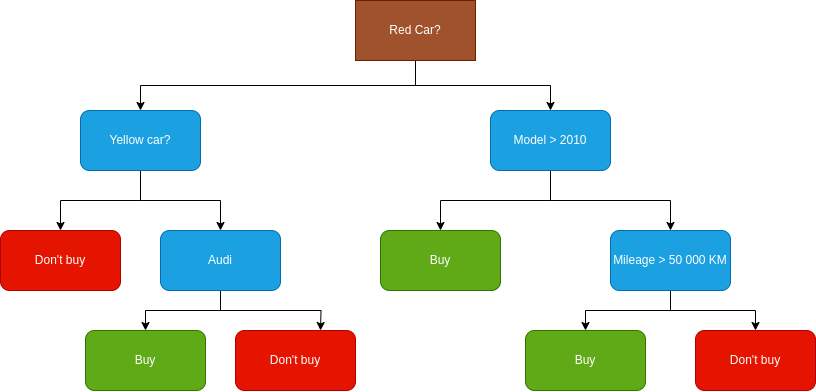
datakolektiv/dss03python2023 keeps this draw.io diagram as session20/_img/decision_tree_example.png. Above is the earlier version. Source tidied: cells renumbered, new cells last; positions are measured from the earlier drawing's top-left corner, leaving out a move shared by most shapes. Source of this version:
```xml
<mxGraphModel>
  <root>
    <mxCell id="0" />
    <mxCell id="1" parent="0" />
    <mxCell id="2" style="edgeStyle=orthogonalEdgeStyle;rounded=0;jettySize=auto;html=1;exitX=0.5;exitY=1;exitDx=0;exitDy=0;entryX=0.5;entryY=0;entryDx=0;entryDy=0;" parent="1" edge="1" source="4" target="7">
      <mxGeometry relative="1" as="geometry" />
    </mxCell>
    <mxCell id="3" style="edgeStyle=orthogonalEdgeStyle;rounded=0;jettySize=auto;html=1;exitX=0.5;exitY=1;exitDx=0;exitDy=0;entryX=0.5;entryY=0;entryDx=0;entryDy=0;" parent="1" edge="1" source="4" target="10">
      <mxGeometry relative="1" as="geometry" />
    </mxCell>
    <mxCell id="4" value="Red Car?" style="rounded=0;whiteSpace=wrap;html=1;fillColor=#a0522d;fontColor=#ffffff;strokeColor=#6D1F00;" parent="1" vertex="1">
      <mxGeometry x="355" width="120" height="60" as="geometry" />
    </mxCell>
    <mxCell id="5" style="edgeStyle=orthogonalEdgeStyle;rounded=0;jettySize=auto;html=1;exitX=0.5;exitY=1;exitDx=0;exitDy=0;" parent="1" edge="1" source="7" target="11">
      <mxGeometry relative="1" as="geometry" />
    </mxCell>
    <mxCell id="6" style="edgeStyle=orthogonalEdgeStyle;rounded=0;jettySize=auto;html=1;exitX=0.5;exitY=1;exitDx=0;exitDy=0;entryX=0.5;entryY=0;entryDx=0;entryDy=0;" parent="1" edge="1" source="7" target="14">
      <mxGeometry relative="1" as="geometry" />
    </mxCell>
    <mxCell id="7" value="Yellow car?" style="rounded=1;whiteSpace=wrap;html=1;fillColor=#1ba1e2;fontColor=#ffffff;strokeColor=#006EAF;" parent="1" vertex="1">
      <mxGeometry x="80" y="110" width="120" height="60" as="geometry" />
    </mxCell>
    <mxCell id="8" style="edgeStyle=orthogonalEdgeStyle;rounded=0;jettySize=auto;html=1;exitX=0.5;exitY=1;exitDx=0;exitDy=0;" parent="1" edge="1" source="10" target="17">
      <mxGeometry relative="1" as="geometry" />
    </mxCell>
    <mxCell id="9" style="edgeStyle=orthogonalEdgeStyle;rounded=0;jettySize=auto;html=1;exitX=0.5;exitY=1;exitDx=0;exitDy=0;" parent="1" edge="1" source="10" target="20">
      <mxGeometry relative="1" as="geometry" />
    </mxCell>
    <mxCell id="10" value="Model &amp;gt; 2010" style="rounded=1;whiteSpace=wrap;html=1;fillColor=#1ba1e2;fontColor=#ffffff;strokeColor=#006EAF;" parent="1" vertex="1">
      <mxGeometry x="490" y="110" width="120" height="60" as="geometry" />
    </mxCell>
    <mxCell id="11" value="Don't buy" style="rounded=1;whiteSpace=wrap;html=1;fillColor=#e51400;fontColor=#ffffff;strokeColor=#B20000;" parent="1" vertex="1">
      <mxGeometry y="230" width="120" height="60" as="geometry" />
    </mxCell>
    <mxCell id="12" style="edgeStyle=orthogonalEdgeStyle;rounded=0;jettySize=auto;html=1;exitX=0.5;exitY=1;exitDx=0;exitDy=0;entryX=0.5;entryY=0;entryDx=0;entryDy=0;" parent="1" edge="1" source="14" target="16">
      <mxGeometry relative="1" as="geometry" />
    </mxCell>
    <mxCell id="13" style="edgeStyle=orthogonalEdgeStyle;rounded=0;jettySize=auto;html=1;exitX=0.5;exitY=1;exitDx=0;exitDy=0;entryX=0.5;entryY=0;entryDx=0;entryDy=0;" parent="1" edge="1" source="14">
      <mxGeometry relative="1" as="geometry">
        <mxPoint x="320" y="330" as="targetPoint" />
      </mxGeometry>
    </mxCell>
    <mxCell id="14" value="Audi" style="rounded=1;whiteSpace=wrap;html=1;fillColor=#1ba1e2;fontColor=#ffffff;strokeColor=#006EAF;" parent="1" vertex="1">
      <mxGeometry x="160" y="230" width="120" height="60" as="geometry" />
    </mxCell>
    <mxCell id="15" value="Don't buy" style="rounded=1;whiteSpace=wrap;html=1;fillColor=#e51400;fontColor=#ffffff;strokeColor=#B20000;" parent="1" vertex="1">
      <mxGeometry x="235" y="330" width="120" height="60" as="geometry" />
    </mxCell>
    <mxCell id="16" value="Buy" style="rounded=1;whiteSpace=wrap;html=1;fillColor=#60a917;fontColor=#ffffff;strokeColor=#2D7600;" parent="1" vertex="1">
      <mxGeometry x="85" y="330" width="120" height="60" as="geometry" />
    </mxCell>
    <mxCell id="17" value="Buy" style="rounded=1;whiteSpace=wrap;html=1;fillColor=#60a917;fontColor=#ffffff;strokeColor=#2D7600;" parent="1" vertex="1">
      <mxGeometry x="380" y="230" width="120" height="60" as="geometry" />
    </mxCell>
    <mxCell id="18" style="edgeStyle=orthogonalEdgeStyle;rounded=0;jettySize=auto;html=1;exitX=0.5;exitY=1;exitDx=0;exitDy=0;entryX=0.5;entryY=0;entryDx=0;entryDy=0;" parent="1" edge="1" source="20" target="21">
      <mxGeometry relative="1" as="geometry" />
    </mxCell>
    <mxCell id="19" style="edgeStyle=orthogonalEdgeStyle;rounded=0;jettySize=auto;html=1;exitX=0.5;exitY=1;exitDx=0;exitDy=0;entryX=0.5;entryY=0;entryDx=0;entryDy=0;" parent="1" edge="1" source="20" target="22">
      <mxGeometry relative="1" as="geometry" />
    </mxCell>
    <mxCell id="20" value="Mileage &amp;gt; 50 000 KM" style="rounded=1;whiteSpace=wrap;html=1;fillColor=#1ba1e2;fontColor=#ffffff;strokeColor=#006EAF;" parent="1" vertex="1">
      <mxGeometry x="610" y="230" width="120" height="60" as="geometry" />
    </mxCell>
    <mxCell id="21" value="Buy" style="rounded=1;whiteSpace=wrap;html=1;fillColor=#60a917;fontColor=#ffffff;strokeColor=#2D7600;" parent="1" vertex="1">
      <mxGeometry x="525" y="330" width="120" height="60" as="geometry" />
    </mxCell>
    <mxCell id="22" value="Don't buy" style="rounded=1;whiteSpace=wrap;html=1;fillColor=#e51400;fontColor=#ffffff;strokeColor=#B20000;" parent="1" vertex="1">
      <mxGeometry x="695" y="330" width="120" height="60" as="geometry" />
    </mxCell>
  </root>
</mxGraphModel>
```
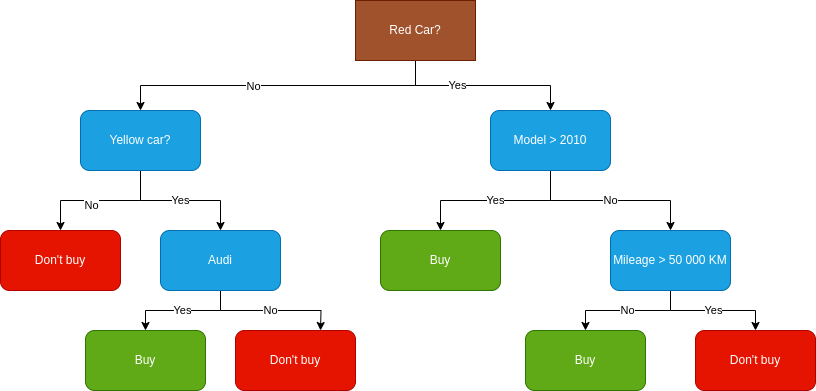
The same file after the commit.

What changed in the source:
```diff
@@ -5,25 +5,34 @@
     <mxCell id="2" style="edgeStyle=orthogonalEdgeStyle;rounded=0;jettySize=auto;html=1;exitX=0.5;exitY=1;exitDx=0;exitDy=0;entryX=0.5;entryY=0;entryDx=0;entryDy=0;" parent="1" edge="1" source="4" target="7">
       <mxGeometry relative="1" as="geometry" />
     </mxCell>
+    <mxCell id="23" value="No" style="edgeLabel;html=1;align=center;verticalAlign=middle;" parent="2" vertex="1">
+      <mxGeometry x="0.16" relative="1" as="geometry" />
+    </mxCell>
     <mxCell id="3" style="edgeStyle=orthogonalEdgeStyle;rounded=0;jettySize=auto;html=1;exitX=0.5;exitY=1;exitDx=0;exitDy=0;entryX=0.5;entryY=0;entryDx=0;entryDy=0;" parent="1" edge="1" source="4" target="10">
       <mxGeometry relative="1" as="geometry" />
     </mxCell>
+    <mxCell id="24" value="Yes" style="edgeLabel;html=1;align=center;verticalAlign=middle;" parent="3" vertex="1">
+      <mxGeometry x="-0.29" y="1" relative="1" as="geometry" />
+    </mxCell>
     <mxCell id="4" value="Red Car?" style="rounded=0;whiteSpace=wrap;html=1;fillColor=#a0522d;fontColor=#ffffff;strokeColor=#6D1F00;" parent="1" vertex="1">
       <mxGeometry x="355" width="120" height="60" as="geometry" />
     </mxCell>
     <mxCell id="5" style="edgeStyle=orthogonalEdgeStyle;rounded=0;jettySize=auto;html=1;exitX=0.5;exitY=1;exitDx=0;exitDy=0;" parent="1" edge="1" source="7" target="11">
       <mxGeometry relative="1" as="geometry" />
     </mxCell>
+    <mxCell id="25" value="No" style="edgeLabel;html=1;align=center;verticalAlign=middle;" parent="5" vertex="1">
+      <mxGeometry x="0.14" y="4" relative="1" as="geometry" />
+    </mxCell>
-    <mxCell id="6" style="edgeStyle=orthogonalEdgeStyle;rounded=0;jettySize=auto;html=1;exitX=0.5;exitY=1;exitDx=0;exitDy=0;entryX=0.5;entryY=0;entryDx=0;entryDy=0;" parent="1" edge="1" source="7" target="14">
+    <mxCell id="6" value="Yes" style="edgeStyle=orthogonalEdgeStyle;rounded=0;jettySize=auto;html=1;exitX=0.5;exitY=1;exitDx=0;exitDy=0;entryX=0.5;entryY=0;entryDx=0;entryDy=0;" parent="1" edge="1" source="7" target="14">
       <mxGeometry relative="1" as="geometry" />
     </mxCell>
     <mxCell id="7" value="Yellow car?" style="rounded=1;whiteSpace=wrap;html=1;fillColor=#1ba1e2;fontColor=#ffffff;strokeColor=#006EAF;" parent="1" vertex="1">
       <mxGeometry x="80" y="110" width="120" height="60" as="geometry" />
     </mxCell>
-    <mxCell id="8" style="edgeStyle=orthogonalEdgeStyle;rounded=0;jettySize=auto;html=1;exitX=0.5;exitY=1;exitDx=0;exitDy=0;" parent="1" edge="1" source="10" target="17">
+    <mxCell id="8" value="Yes" style="edgeStyle=orthogonalEdgeStyle;rounded=0;jettySize=auto;html=1;exitX=0.5;exitY=1;exitDx=0;exitDy=0;" parent="1" edge="1" source="10" target="17">
       <mxGeometry relative="1" as="geometry" />
     </mxCell>
-    <mxCell id="9" style="edgeStyle=orthogonalEdgeStyle;rounded=0;jettySize=auto;html=1;exitX=0.5;exitY=1;exitDx=0;exitDy=0;" parent="1" edge="1" source="10" target="20">
+    <mxCell id="9" value="No" style="edgeStyle=orthogonalEdgeStyle;rounded=0;jettySize=auto;html=1;exitX=0.5;exitY=1;exitDx=0;exitDy=0;" parent="1" edge="1" source="10" target="20">
       <mxGeometry relative="1" as="geometry" />
     </mxCell>
     <mxCell id="10" value="Model &amp;gt; 2010" style="rounded=1;whiteSpace=wrap;html=1;fillColor=#1ba1e2;fontColor=#ffffff;strokeColor=#006EAF;" parent="1" vertex="1">
@@ -32,10 +41,10 @@
     <mxCell id="11" value="Don't buy" style="rounded=1;whiteSpace=wrap;html=1;fillColor=#e51400;fontColor=#ffffff;strokeColor=#B20000;" parent="1" vertex="1">
       <mxGeometry y="230" width="120" height="60" as="geometry" />
     </mxCell>
-    <mxCell id="12" style="edgeStyle=orthogonalEdgeStyle;rounded=0;jettySize=auto;html=1;exitX=0.5;exitY=1;exitDx=0;exitDy=0;entryX=0.5;entryY=0;entryDx=0;entryDy=0;" parent="1" edge="1" source="14" target="16">
+    <mxCell id="12" value="Yes" style="edgeStyle=orthogonalEdgeStyle;rounded=0;jettySize=auto;html=1;exitX=0.5;exitY=1;exitDx=0;exitDy=0;entryX=0.5;entryY=0;entryDx=0;entryDy=0;" parent="1" edge="1" source="14" target="16">
       <mxGeometry relative="1" as="geometry" />
     </mxCell>
-    <mxCell id="13" style="edgeStyle=orthogonalEdgeStyle;rounded=0;jettySize=auto;html=1;exitX=0.5;exitY=1;exitDx=0;exitDy=0;entryX=0.5;entryY=0;entryDx=0;entryDy=0;" parent="1" edge="1" source="14">
+    <mxCell id="13" value="No" style="edgeStyle=orthogonalEdgeStyle;rounded=0;jettySize=auto;html=1;exitX=0.5;exitY=1;exitDx=0;exitDy=0;entryX=0.5;entryY=0;entryDx=0;entryDy=0;" parent="1" edge="1" source="14">
       <mxGeometry relative="1" as="geometry">
         <mxPoint x="320" y="330" as="targetPoint" />
       </mxGeometry>
@@ -52,10 +61,10 @@
     <mxCell id="17" value="Buy" style="rounded=1;whiteSpace=wrap;html=1;fillColor=#60a917;fontColor=#ffffff;strokeColor=#2D7600;" parent="1" vertex="1">
       <mxGeometry x="380" y="230" width="120" height="60" as="geometry" />
     </mxCell>
-    <mxCell id="18" style="edgeStyle=orthogonalEdgeStyle;rounded=0;jettySize=auto;html=1;exitX=0.5;exitY=1;exitDx=0;exitDy=0;entryX=0.5;entryY=0;entryDx=0;entryDy=0;" parent="1" edge="1" source="20" target="21">
+    <mxCell id="18" value="No" style="edgeStyle=orthogonalEdgeStyle;rounded=0;jettySize=auto;html=1;exitX=0.5;exitY=1;exitDx=0;exitDy=0;entryX=0.5;entryY=0;entryDx=0;entryDy=0;" parent="1" edge="1" source="20" target="21">
       <mxGeometry relative="1" as="geometry" />
     </mxCell>
-    <mxCell id="19" style="edgeStyle=orthogonalEdgeStyle;rounded=0;jettySize=auto;html=1;exitX=0.5;exitY=1;exitDx=0;exitDy=0;entryX=0.5;entryY=0;entryDx=0;entryDy=0;" parent="1" edge="1" source="20" target="22">
+    <mxCell id="19" value="Yes" style="edgeStyle=orthogonalEdgeStyle;rounded=0;jettySize=auto;html=1;exitX=0.5;exitY=1;exitDx=0;exitDy=0;entryX=0.5;entryY=0;entryDx=0;entryDy=0;" parent="1" edge="1" source="20" target="22">
       <mxGeometry relative="1" as="geometry" />
     </mxCell>
     <mxCell id="20" value="Mileage &amp;gt; 50 000 KM" style="rounded=1;whiteSpace=wrap;html=1;fillColor=#1ba1e2;fontColor=#ffffff;strokeColor=#006EAF;" parent="1" vertex="1">
```
